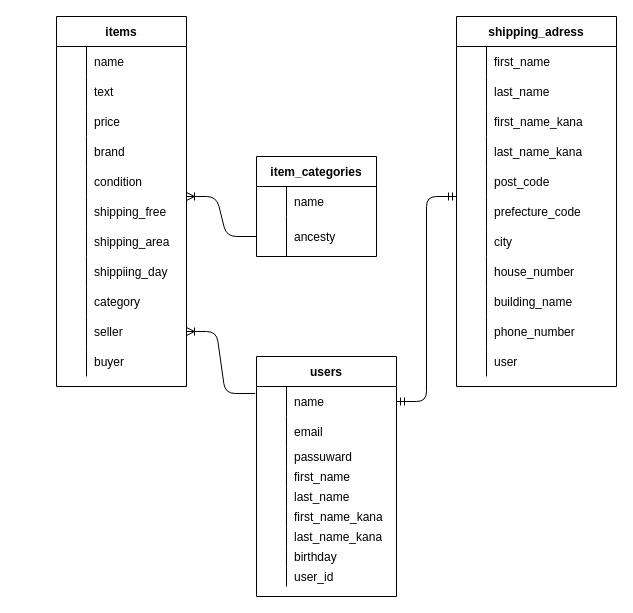
The draw.io diagram test.dio in protein0917/furima-53054, before the edit. Source tidied: cells renumbered, new cells numbered last; positions are measured from the earlier drawing's top-left corner, leaving out a move shared by most shapes. Both pictures are drawn from the tidied source at 100%, with x=0, y=0 at pixel (56, 16).
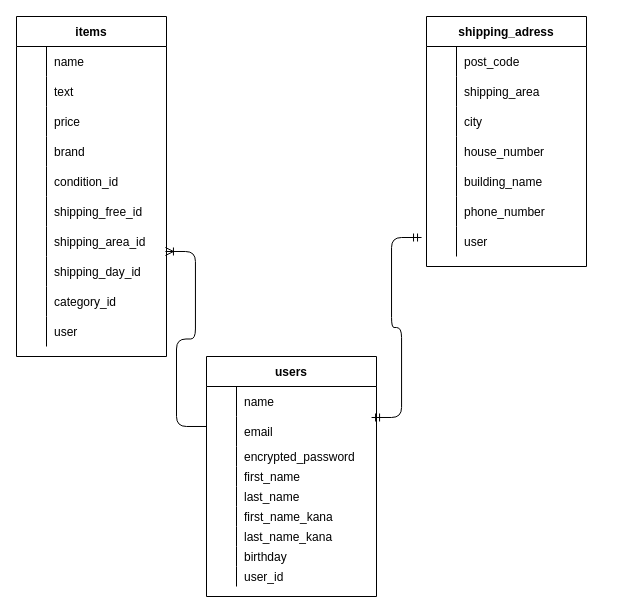
The same diagram, later.

What changed in the source:
```diff
@@
     <mxCell id="2" value="users" style="shape=table;startSize=30;childLayout=tableLayout;rowLines=0;fontStyle=1;align=center;verticalAlign=middle;horizontal=1;" parent="1" vertex="1">
-      <mxGeometry x="200" y="340" width="140" height="240" as="geometry" />
+      <mxGeometry x="150" y="340" width="170" height="240" as="geometry" />
     </mxCell>
     <mxCell id="3" style="shape=partialRectangle;fillColor=none;top=0;left=0;bottom=0;right=0;points=[[0,0.5],[1,0.5]];portConstraint=eastwest;" parent="2" vertex="1">
-      <mxGeometry y="30" width="140" height="30" as="geometry" />
+      <mxGeometry y="30" width="170" height="30" as="geometry" />
     </mxCell>
@@
     <mxCell id="5" value="name" style="shape=partialRectangle;fillColor=none;top=0;left=0;bottom=0;right=0;align=left;spacingLeft=6;overflow=hidden;" parent="3" vertex="1">
-      <mxGeometry x="30" width="110" height="30" as="geometry" />
+      <mxGeometry x="30" width="140" height="30" as="geometry" />
     </mxCell>
     <mxCell id="6" style="shape=partialRectangle;fillColor=none;top=0;left=0;bottom=0;right=0;points=[[0,0.5],[1,0.5]];portConstraint=eastwest;" parent="2" vertex="1">
-      <mxGeometry y="60" width="140" height="30" as="geometry" />
+      <mxGeometry y="60" width="170" height="30" as="geometry" />
     </mxCell>
@@
     <mxCell id="8" value="email" style="shape=partialRectangle;fillColor=none;top=0;left=0;bottom=0;right=0;align=left;spacingLeft=6;overflow=hidden;" parent="6" vertex="1">
-      <mxGeometry x="30" width="110" height="30" as="geometry" />
+      <mxGeometry x="30" width="140" height="30" as="geometry" />
     </mxCell>
     <mxCell id="9" style="shape=partialRectangle;fillColor=none;top=0;left=0;bottom=0;right=0;" parent="2" vertex="1">
-      <mxGeometry y="90" width="140" height="20" as="geometry" />
+      <mxGeometry y="90" width="170" height="20" as="geometry" />
     </mxCell>
@@
-    <mxCell id="11" value="passuward" style="shape=partialRectangle;fillColor=none;top=0;left=0;bottom=0;right=0;align=left;spacingLeft=6;overflow=hidden;" parent="9" vertex="1">
-      <mxGeometry x="30" width="110" height="20" as="geometry" />
+    <mxCell id="11" value="encrypted_password" style="shape=partialRectangle;fillColor=none;top=0;left=0;bottom=0;right=0;align=left;spacingLeft=6;overflow=hidden;" parent="9" vertex="1">
+      <mxGeometry x="30" width="140" height="20" as="geometry" />
     </mxCell>
     <mxCell id="12" style="shape=partialRectangle;fillColor=none;top=0;left=0;bottom=0;right=0;" parent="2" vertex="1">
-      <mxGeometry y="110" width="140" height="20" as="geometry" />
+      <mxGeometry y="110" width="170" height="20" as="geometry" />
     </mxCell>
@@
     <mxCell id="14" value="first_name" style="shape=partialRectangle;fillColor=none;top=0;left=0;bottom=0;right=0;align=left;spacingLeft=6;overflow=hidden;" parent="12" vertex="1">
-      <mxGeometry x="30" width="110" height="20" as="geometry" />
+      <mxGeometry x="30" width="140" height="20" as="geometry" />
     </mxCell>
     <mxCell id="15" style="shape=partialRectangle;fillColor=none;top=0;left=0;bottom=0;right=0;" parent="2" vertex="1">
-      <mxGeometry y="130" width="140" height="20" as="geometry" />
+      <mxGeometry y="130" width="170" height="20" as="geometry" />
     </mxCell>
@@
     <mxCell id="17" value="last_name" style="shape=partialRectangle;fillColor=none;top=0;left=0;bottom=0;right=0;align=left;spacingLeft=6;overflow=hidden;" parent="15" vertex="1">
-      <mxGeometry x="30" width="110" height="20" as="geometry" />
+      <mxGeometry x="30" width="140" height="20" as="geometry" />
     </mxCell>
     <mxCell id="18" style="shape=partialRectangle;fillColor=none;top=0;left=0;bottom=0;right=0;" parent="2" vertex="1">
-      <mxGeometry y="150" width="140" height="20" as="geometry" />
+      <mxGeometry y="150" width="170" height="20" as="geometry" />
     </mxCell>
@@
     <mxCell id="20" value="first_name_kana" style="shape=partialRectangle;fillColor=none;top=0;left=0;bottom=0;right=0;align=left;spacingLeft=6;overflow=hidden;" parent="18" vertex="1">
-      <mxGeometry x="30" width="110" height="20" as="geometry" />
+      <mxGeometry x="30" width="140" height="20" as="geometry" />
     </mxCell>
     <mxCell id="21" style="shape=partialRectangle;fillColor=none;top=0;left=0;bottom=0;right=0;" parent="2" vertex="1">
-      <mxGeometry y="170" width="140" height="20" as="geometry" />
+      <mxGeometry y="170" width="170" height="20" as="geometry" />
     </mxCell>
@@
     <mxCell id="23" value="last_name_kana" style="shape=partialRectangle;fillColor=none;top=0;left=0;bottom=0;right=0;align=left;spacingLeft=6;overflow=hidden;" parent="21" vertex="1">
-      <mxGeometry x="30" width="110" height="20" as="geometry" />
+      <mxGeometry x="30" width="140" height="20" as="geometry" />
     </mxCell>
     <mxCell id="24" style="shape=partialRectangle;fillColor=none;top=0;left=0;bottom=0;right=0;" parent="2" vertex="1">
-      <mxGeometry y="190" width="140" height="20" as="geometry" />
+      <mxGeometry y="190" width="170" height="20" as="geometry" />
     </mxCell>
@@
     <mxCell id="26" value="birthday" style="shape=partialRectangle;fillColor=none;top=0;left=0;bottom=0;right=0;align=left;spacingLeft=6;overflow=hidden;" parent="24" vertex="1">
-      <mxGeometry x="30" width="110" height="20" as="geometry" />
+      <mxGeometry x="30" width="140" height="20" as="geometry" />
     </mxCell>
     <mxCell id="27" style="shape=partialRectangle;fillColor=none;top=0;left=0;bottom=0;right=0;" parent="2" vertex="1">
-      <mxGeometry y="210" width="140" height="20" as="geometry" />
+      <mxGeometry y="210" width="170" height="20" as="geometry" />
     </mxCell>
@@
     <mxCell id="29" value="user_id" style="shape=partialRectangle;fillColor=none;top=0;left=0;bottom=0;right=0;align=left;spacingLeft=6;overflow=hidden;" parent="27" vertex="1">
-      <mxGeometry x="30" width="110" height="20" as="geometry" />
+      <mxGeometry x="30" width="140" height="20" as="geometry" />
     </mxCell>
     <mxCell id="30" value="items" style="shape=table;startSize=30;childLayout=tableLayout;rowLines=0;fontStyle=1;align=center;" parent="1" vertex="1">
-      <mxGeometry width="130" height="370" as="geometry" />
+      <mxGeometry x="-40" width="150" height="340" as="geometry" />
     </mxCell>
     <mxCell id="31" style="shape=partialRectangle;fillColor=none;top=0;left=0;bottom=0;right=0;" parent="30" vertex="1">
-      <mxGeometry y="30" width="130" height="30" as="geometry" />
+      <mxGeometry y="30" width="150" height="30" as="geometry" />
     </mxCell>
@@
     <mxCell id="33" value="name" style="shape=partialRectangle;fillColor=none;top=0;left=0;bottom=0;right=0;align=left;spacingLeft=6;overflow=hidden;" parent="31" vertex="1">
-      <mxGeometry x="30" width="100" height="30" as="geometry" />
+      <mxGeometry x="30" width="120" height="30" as="geometry" />
     </mxCell>
     <mxCell id="34" style="shape=partialRectangle;fillColor=none;top=0;left=0;bottom=0;right=0;" parent="30" vertex="1">
-      <mxGeometry y="60" width="130" height="30" as="geometry" />
+      <mxGeometry y="60" width="150" height="30" as="geometry" />
     </mxCell>
@@
     <mxCell id="36" value="text" style="shape=partialRectangle;fillColor=none;top=0;left=0;bottom=0;right=0;align=left;spacingLeft=6;overflow=hidden;" parent="34" vertex="1">
-      <mxGeometry x="30" width="100" height="30" as="geometry" />
+      <mxGeometry x="30" width="120" height="30" as="geometry" />
     </mxCell>
     <mxCell id="37" style="shape=partialRectangle;fillColor=none;top=0;left=0;bottom=0;right=0;" parent="30" vertex="1">
-      <mxGeometry y="90" width="130" height="30" as="geometry" />
+      <mxGeometry y="90" width="150" height="30" as="geometry" />
     </mxCell>
@@
     <mxCell id="39" value="price" style="shape=partialRectangle;fillColor=none;top=0;left=0;bottom=0;right=0;align=left;spacingLeft=6;overflow=hidden;" parent="37" vertex="1">
-      <mxGeometry x="30" width="100" height="30" as="geometry" />
+      <mxGeometry x="30" width="120" height="30" as="geometry" />
     </mxCell>
     <mxCell id="40" style="shape=partialRectangle;fillColor=none;top=0;left=0;bottom=0;right=0;" parent="30" vertex="1">
-      <mxGeometry y="120" width="130" height="30" as="geometry" />
+      <mxGeometry y="120" width="150" height="30" as="geometry" />
     </mxCell>
@@
     <mxCell id="42" value="brand" style="shape=partialRectangle;fillColor=none;top=0;left=0;bottom=0;right=0;align=left;spacingLeft=6;overflow=hidden;" parent="40" vertex="1">
-      <mxGeometry x="30" width="100" height="30" as="geometry" />
+      <mxGeometry x="30" width="120" height="30" as="geometry" />
     </mxCell>
     <mxCell id="43" style="shape=partialRectangle;fillColor=none;top=0;left=0;bottom=0;right=0;" parent="30" vertex="1">
-      <mxGeometry y="150" width="130" height="30" as="geometry" />
+      <mxGeometry y="150" width="150" height="30" as="geometry" />
     </mxCell>
@@
-    <mxCell id="45" value="condition" style="shape=partialRectangle;fillColor=none;top=0;left=0;bottom=0;right=0;align=left;spacingLeft=6;overflow=hidden;" parent="43" vertex="1">
-      <mxGeometry x="30" width="100" height="30" as="geometry" />
+    <mxCell id="45" value="condition_id" style="shape=partialRectangle;fillColor=none;top=0;left=0;bottom=0;right=0;align=left;spacingLeft=6;overflow=hidden;" parent="43" vertex="1">
+      <mxGeometry x="30" width="120" height="30" as="geometry" />
     </mxCell>
     <mxCell id="46" style="shape=partialRectangle;fillColor=none;top=0;left=0;bottom=0;right=0;points=[[0,0.5],[1,0.5]];portConstraint=eastwest;" parent="30" vertex="1">
-      <mxGeometry y="180" width="130" height="30" as="geometry" />
+      <mxGeometry y="180" width="150" height="30" as="geometry" />
     </mxCell>
@@
-    <mxCell id="48" value="shipping_free" style="shape=partialRectangle;fillColor=none;top=0;left=0;bottom=0;right=0;align=left;spacingLeft=6;overflow=hidden;" parent="46" vertex="1">
-      <mxGeometry x="30" width="100" height="30" as="geometry" />
+    <mxCell id="48" value="shipping_free_id" style="shape=partialRectangle;fillColor=none;top=0;left=0;bottom=0;right=0;align=left;spacingLeft=6;overflow=hidden;" parent="46" vertex="1">
+      <mxGeometry x="30" width="120" height="30" as="geometry" />
     </mxCell>
     <mxCell id="49" style="shape=partialRectangle;fillColor=none;top=0;left=0;bottom=0;right=0;points=[[0,0.5],[1,0.5]];portConstraint=eastwest;" parent="30" vertex="1">
-      <mxGeometry y="210" width="130" height="30" as="geometry" />
+      <mxGeometry y="210" width="150" height="30" as="geometry" />
     </mxCell>
@@
-    <mxCell id="51" value="shipping_area" style="shape=partialRectangle;fillColor=none;top=0;left=0;bottom=0;right=0;align=left;spacingLeft=6;overflow=hidden;" parent="49" vertex="1">
-      <mxGeometry x="30" width="100" height="30" as="geometry" />
+    <mxCell id="51" value="shipping_area_id" style="shape=partialRectangle;fillColor=none;top=0;left=0;bottom=0;right=0;align=left;spacingLeft=6;overflow=hidden;" parent="49" vertex="1">
+      <mxGeometry x="30" width="120" height="30" as="geometry" />
     </mxCell>
     <mxCell id="52" style="shape=partialRectangle;fillColor=none;top=0;left=0;bottom=0;right=0;" parent="30" vertex="1">
-      <mxGeometry y="240" width="130" height="30" as="geometry" />
+      <mxGeometry y="240" width="150" height="30" as="geometry" />
     </mxCell>
@@
-    <mxCell id="54" value="shippiing_day" style="shape=partialRectangle;fillColor=none;top=0;left=0;bottom=0;right=0;align=left;spacingLeft=6;overflow=hidden;" parent="52" vertex="1">
-      <mxGeometry x="30" width="100" height="30" as="geometry" />
+    <mxCell id="54" value="shipping_day_id" style="shape=partialRectangle;fillColor=none;top=0;left=0;bottom=0;right=0;align=left;spacingLeft=6;overflow=hidden;" parent="52" vertex="1">
+      <mxGeometry x="30" width="120" height="30" as="geometry" />
     </mxCell>
     <mxCell id="55" style="shape=partialRectangle;fillColor=none;top=0;left=0;bottom=0;right=0;" parent="30" vertex="1">
-      <mxGeometry y="270" width="130" height="30" as="geometry" />
+      <mxGeometry y="270" width="150" height="30" as="geometry" />
     </mxCell>
@@
-    <mxCell id="57" value="category" style="shape=partialRectangle;fillColor=none;top=0;left=0;bottom=0;right=0;align=left;spacingLeft=6;overflow=hidden;" parent="55" vertex="1">
-      <mxGeometry x="30" width="100" height="30" as="geometry" />
+    <mxCell id="57" value="category_id" style="shape=partialRectangle;fillColor=none;top=0;left=0;bottom=0;right=0;align=left;spacingLeft=6;overflow=hidden;" parent="55" vertex="1">
+      <mxGeometry x="30" width="120" height="30" as="geometry" />
     </mxCell>
-    <mxCell id="58" style="shape=partialRectangle;fillColor=none;top=0;left=0;bottom=0;right=0;points=[[0,0.5],[1,0.5]];portConstraint=eastwest;" parent="30" vertex="1">
-      <mxGeometry y="300" width="130" height="30" as="geometry" />
-    </mxCell>
-    <mxCell id="59" style="shape=partialRectangle;fillColor=none;top=0;left=0;bottom=0;right=0;overflow=hidden;" parent="58" vertex="1">
-      <mxGeometry width="30" height="30" as="geometry" />
-    </mxCell>
-    <mxCell id="60" value="seller" style="shape=partialRectangle;fillColor=none;top=0;left=0;bottom=0;right=0;align=left;spacingLeft=6;overflow=hidden;" parent="58" vertex="1">
-      <mxGeometry x="30" width="100" height="30" as="geometry" />
-    </mxCell>
     <mxCell id="61" style="shape=partialRectangle;fillColor=none;top=0;left=0;bottom=0;right=0;" parent="30" vertex="1">
-      <mxGeometry y="330" width="130" height="30" as="geometry" />
+      <mxGeometry y="300" width="150" height="30" as="geometry" />
     </mxCell>
@@
-    <mxCell id="63" value="buyer" style="shape=partialRectangle;fillColor=none;top=0;left=0;bottom=0;right=0;align=left;spacingLeft=6;overflow=hidden;" parent="61" vertex="1">
-      <mxGeometry x="30" width="100" height="30" as="geometry" />
+    <mxCell id="63" value="user" style="shape=partialRectangle;fillColor=none;top=0;left=0;bottom=0;right=0;align=left;spacingLeft=6;overflow=hidden;" parent="61" vertex="1">
+      <mxGeometry x="30" width="120" height="30" as="geometry" />
     </mxCell>
-    <mxCell id="64" value="item_categories" style="shape=table;startSize=30;childLayout=tableLayout;rowLines=0;fontStyle=1;align=center;" parent="1" vertex="1">
-      <mxGeometry x="200" y="140" width="120" height="100" as="geometry" />
-    </mxCell>
-    <mxCell id="65" style="shape=partialRectangle;fillColor=none;top=0;left=0;bottom=0;right=0;" parent="64" vertex="1">
-      <mxGeometry y="30" width="120" height="30" as="geometry" />
-    </mxCell>
-    <mxCell id="66" style="shape=partialRectangle;fillColor=none;top=0;left=0;bottom=0;right=0;overflow=hidden;" parent="65" vertex="1">
-      <mxGeometry width="30" height="30" as="geometry" />
-    </mxCell>
-    <mxCell id="67" value="name" style="shape=partialRectangle;fillColor=none;top=0;left=0;bottom=0;right=0;align=left;spacingLeft=6;overflow=hidden;" parent="65" vertex="1">
-      <mxGeometry x="30" width="90" height="30" as="geometry" />
-    </mxCell>
-    <mxCell id="68" style="shape=partialRectangle;fillColor=none;top=0;left=0;bottom=0;right=0;points=[[0,0.5],[1,0.5]];portConstraint=eastwest;" parent="64" vertex="1">
-      <mxGeometry y="60" width="120" height="40" as="geometry" />
-    </mxCell>
-    <mxCell id="69" style="shape=partialRectangle;fillColor=none;top=0;left=0;bottom=0;right=0;overflow=hidden;" parent="68" vertex="1">
-      <mxGeometry width="30" height="40" as="geometry" />
-    </mxCell>
-    <mxCell id="70" value="ancesty" style="shape=partialRectangle;fillColor=none;top=0;left=0;bottom=0;right=0;align=left;spacingLeft=6;overflow=hidden;" parent="68" vertex="1">
-      <mxGeometry x="30" width="90" height="40" as="geometry" />
-    </mxCell>
-    <mxCell id="71" style="edgeStyle=entityRelationEdgeStyle;fontSize=12;html=1;endArrow=ERoneToMany;entryX=1;entryY=0;entryDx=0;entryDy=0;entryPerimeter=0;exitX=0;exitY=0.5;exitDx=0;exitDy=0;" parent="1" edge="1" source="68" target="46">
-      <mxGeometry relative="1" as="geometry" />
-    </mxCell>
-    <mxCell id="72" style="edgeStyle=entityRelationEdgeStyle;fontSize=12;html=1;endArrow=ERoneToMany;exitX=-0.009;exitY=0.233;exitDx=0;exitDy=0;exitPerimeter=0;entryX=1;entryY=0.5;entryDx=0;entryDy=0;" parent="1" edge="1" source="3" target="58">
-      <mxGeometry relative="1" as="geometry" />
-    </mxCell>
     <mxCell id="73" value="shipping_adress" style="shape=table;startSize=30;childLayout=tableLayout;rowLines=0;fontStyle=1;align=center;" parent="1" vertex="1">
-      <mxGeometry x="400" width="160" height="370" as="geometry" />
+      <mxGeometry x="370" width="160" height="250" as="geometry" />
     </mxCell>
-    <mxCell id="74" style="shape=partialRectangle;fillColor=none;top=0;left=0;bottom=0;right=0;" parent="73" vertex="1">
-      <mxGeometry y="30" width="160" height="30" as="geometry" />
-    </mxCell>
-    <mxCell id="75" style="shape=partialRectangle;fillColor=none;top=0;left=0;bottom=0;right=0;overflow=hidden;" parent="74" vertex="1">
-      <mxGeometry width="30" height="30" as="geometry" />
-    </mxCell>
-    <mxCell id="76" value="first_name" style="shape=partialRectangle;fillColor=none;top=0;left=0;bottom=0;right=0;align=left;spacingLeft=6;overflow=hidden;" parent="74" vertex="1">
-      <mxGeometry x="30" width="130" height="30" as="geometry" />
-    </mxCell>
-    <mxCell id="77" style="shape=partialRectangle;fillColor=none;top=0;left=0;bottom=0;right=0;" parent="73" vertex="1">
-      <mxGeometry y="60" width="160" height="30" as="geometry" />
-    </mxCell>
-    <mxCell id="78" style="shape=partialRectangle;fillColor=none;top=0;left=0;bottom=0;right=0;overflow=hidden;" parent="77" vertex="1">
-      <mxGeometry width="30" height="30" as="geometry" />
-    </mxCell>
-    <mxCell id="79" value="last_name" style="shape=partialRectangle;fillColor=none;top=0;left=0;bottom=0;right=0;align=left;spacingLeft=6;overflow=hidden;" parent="77" vertex="1">
-      <mxGeometry x="30" width="130" height="30" as="geometry" />
-    </mxCell>
-    <mxCell id="80" style="shape=partialRectangle;fillColor=none;top=0;left=0;bottom=0;right=0;" parent="73" vertex="1">
-      <mxGeometry y="90" width="160" height="30" as="geometry" />
-    </mxCell>
-    <mxCell id="81" style="shape=partialRectangle;fillColor=none;top=0;left=0;bottom=0;right=0;overflow=hidden;" parent="80" vertex="1">
-      <mxGeometry width="30" height="30" as="geometry" />
-    </mxCell>
-    <mxCell id="82" value="first_name_kana" style="shape=partialRectangle;fillColor=none;top=0;left=0;bottom=0;right=0;align=left;spacingLeft=6;overflow=hidden;" parent="80" vertex="1">
-      <mxGeometry x="30" width="130" height="30" as="geometry" />
-    </mxCell>
-    <mxCell id="83" style="shape=partialRectangle;fillColor=none;top=0;left=0;bottom=0;right=0;" parent="73" vertex="1">
-      <mxGeometry y="120" width="160" height="30" as="geometry" />
-    </mxCell>
-    <mxCell id="84" style="shape=partialRectangle;fillColor=none;top=0;left=0;bottom=0;right=0;overflow=hidden;" parent="83" vertex="1">
-      <mxGeometry width="30" height="30" as="geometry" />
-    </mxCell>
-    <mxCell id="85" value="last_name_kana" style="shape=partialRectangle;fillColor=none;top=0;left=0;bottom=0;right=0;align=left;spacingLeft=6;overflow=hidden;" parent="83" vertex="1">
-      <mxGeometry x="30" width="130" height="30" as="geometry" />
-    </mxCell>
     <mxCell id="86" style="shape=partialRectangle;fillColor=none;top=0;left=0;bottom=0;right=0;" parent="73" vertex="1">
-      <mxGeometry y="150" width="160" height="30" as="geometry" />
+      <mxGeometry y="30" width="160" height="30" as="geometry" />
     </mxCell>
@@
     <mxCell id="89" style="shape=partialRectangle;fillColor=none;top=0;left=0;bottom=0;right=0;points=[[0,0.5],[1,0.5]];portConstraint=eastwest;" parent="73" vertex="1">
-      <mxGeometry y="180" width="160" height="30" as="geometry" />
+      <mxGeometry y="60" width="160" height="30" as="geometry" />
     </mxCell>
@@
-    <mxCell id="91" value="prefecture_code" style="shape=partialRectangle;fillColor=none;top=0;left=0;bottom=0;right=0;align=left;spacingLeft=6;overflow=hidden;" parent="89" vertex="1">
+    <mxCell id="91" value="shipping_area" style="shape=partialRectangle;fillColor=none;top=0;left=0;bottom=0;right=0;align=left;spacingLeft=6;overflow=hidden;" parent="89" vertex="1">
       <mxGeometry x="30" width="130" height="30" as="geometry" />
     </mxCell>
     <mxCell id="92" style="shape=partialRectangle;fillColor=none;top=0;left=0;bottom=0;right=0;" parent="73" vertex="1">
-      <mxGeometry y="210" width="160" height="30" as="geometry" />
+      <mxGeometry y="90" width="160" height="30" as="geometry" />
     </mxCell>
@@
     <mxCell id="95" style="shape=partialRectangle;fillColor=none;top=0;left=0;bottom=0;right=0;" parent="73" vertex="1">
-      <mxGeometry y="240" width="160" height="30" as="geometry" />
+      <mxGeometry y="120" width="160" height="30" as="geometry" />
     </mxCell>
@@
     <mxCell id="98" style="shape=partialRectangle;fillColor=none;top=0;left=0;bottom=0;right=0;" parent="73" vertex="1">
-      <mxGeometry y="270" width="160" height="30" as="geometry" />
+      <mxGeometry y="150" width="160" height="30" as="geometry" />
     </mxCell>
@@
     <mxCell id="101" style="shape=partialRectangle;fillColor=none;top=0;left=0;bottom=0;right=0;" parent="73" vertex="1">
-      <mxGeometry y="300" width="160" height="30" as="geometry" />
+      <mxGeometry y="180" width="160" height="30" as="geometry" />
     </mxCell>
@@
     <mxCell id="104" style="shape=partialRectangle;fillColor=none;top=0;left=0;bottom=0;right=0;points=[[0,0.5],[1,0.5]];portConstraint=eastwest;" parent="73" vertex="1">
-      <mxGeometry y="330" width="160" height="30" as="geometry" />
+      <mxGeometry y="210" width="160" height="30" as="geometry" />
     </mxCell>
@@
-    <mxCell id="107" style="edgeStyle=entityRelationEdgeStyle;fontSize=12;html=1;endArrow=ERmandOne;startArrow=ERmandOne;entryX=0;entryY=0;entryDx=0;entryDy=0;entryPerimeter=0;exitX=1;exitY=0.5;exitDx=0;exitDy=0;" parent="1" edge="1" source="3" target="89">
-      <mxGeometry relative="1" as="geometry" />
-    </mxCell>
+    <mxCell id="108" style="edgeStyle=entityRelationEdgeStyle;fontSize=12;html=1;endArrow=ERoneToMany;exitX=0;exitY=0.333;exitDx=0;exitDy=0;exitPerimeter=0;entryX=0.993;entryY=0.833;entryDx=0;entryDy=0;entryPerimeter=0;" parent="1" edge="1" source="6" target="49">
+      <mxGeometry relative="1" as="geometry" />
+    </mxCell>
+    <mxCell id="109" style="edgeStyle=entityRelationEdgeStyle;fontSize=12;html=1;endArrow=ERmandOne;startArrow=ERmandOne;entryX=-0.031;entryY=0.367;entryDx=0;entryDy=0;entryPerimeter=0;exitX=0.971;exitY=0.033;exitDx=0;exitDy=0;exitPerimeter=0;" parent="1" edge="1" source="6" target="104">
+      <mxGeometry relative="1" as="geometry" />
+    </mxCell>
```
